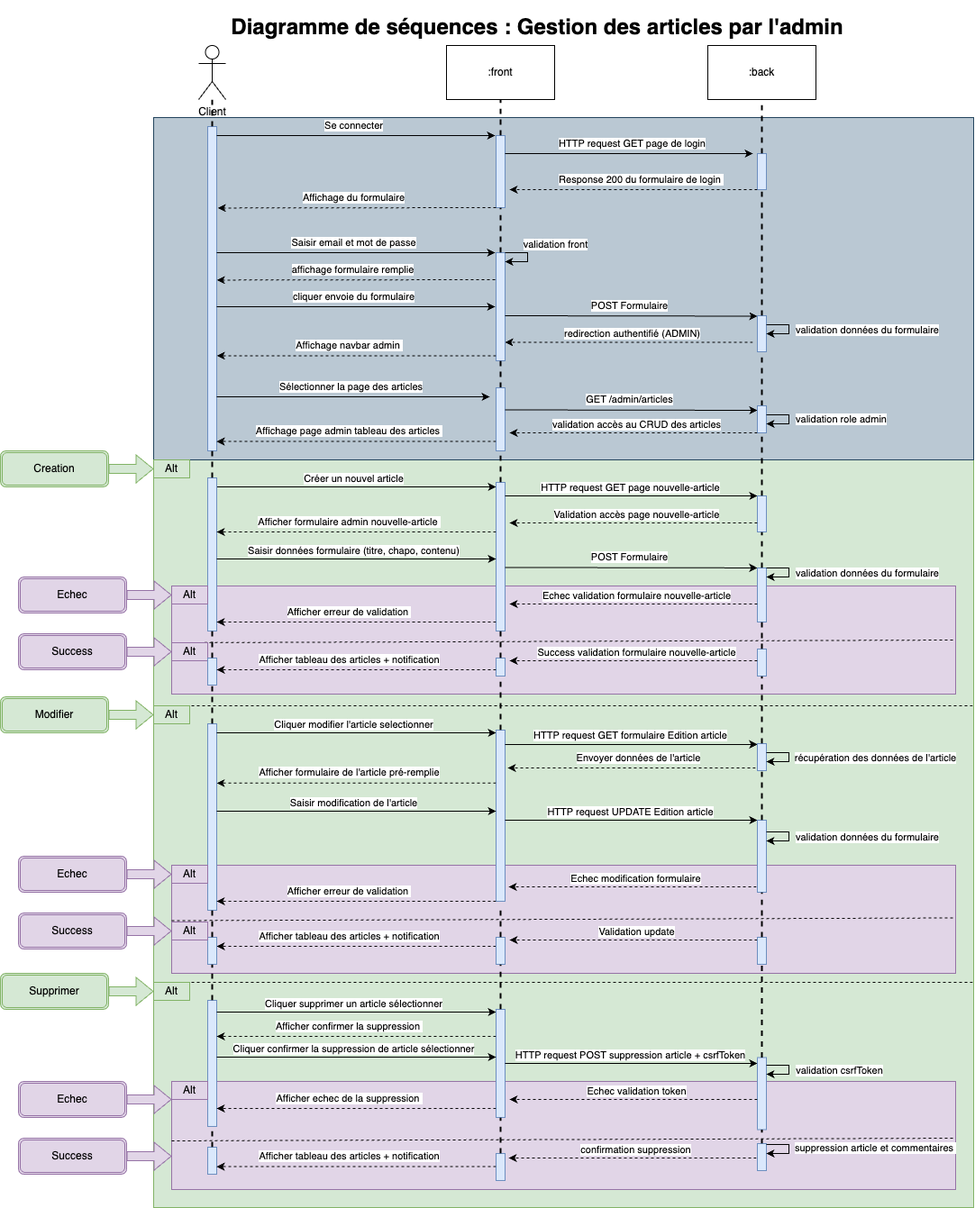
Earlier version of the draw.io export diagrammes/Diagramme de sequences Management Posts.png (KenKaneki-42/P5_BlogPHP). Source tidied: cells renumbered, new cells last; positions are measured from the earlier drawing's top-left corner, leaving out a move shared by most shapes.
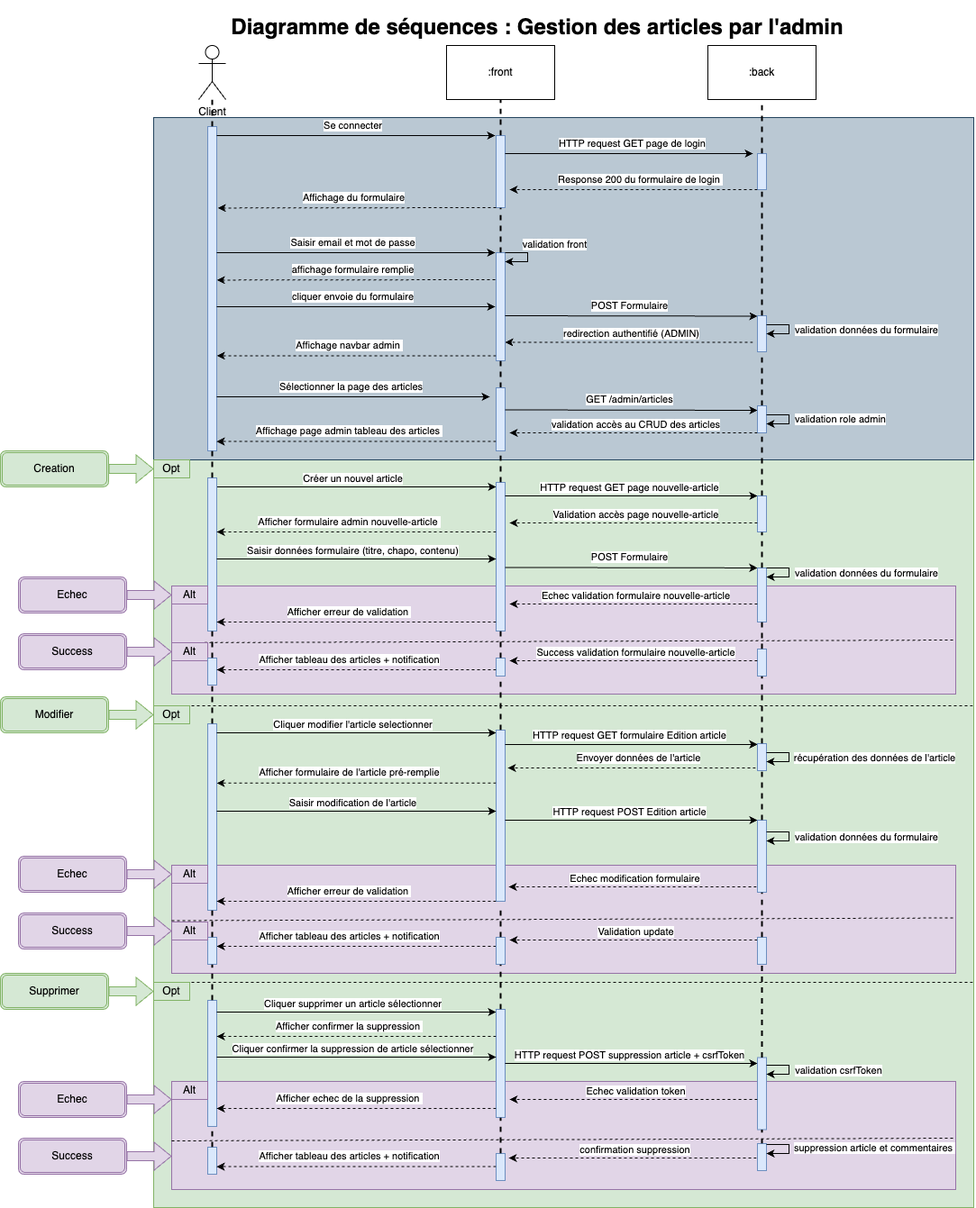
Above is the later version.

Change to the diagram source:
```diff
@@ -126,7 +126,7 @@
         <mxPoint x="-13" y="-10" as="offset" />
       </mxGeometry>
     </mxCell>
-    <mxCell id="30" value="Alt" style="rounded=0;whiteSpace=wrap;html=1;fillColor=#d5e8d4;strokeColor=#82b366;" parent="1" vertex="1">
+    <mxCell id="30" value="Opt" style="rounded=0;whiteSpace=wrap;html=1;fillColor=#d5e8d4;strokeColor=#82b366;" parent="1" vertex="1">
       <mxGeometry x="170" y="500" width="40" height="20" as="geometry" />
     </mxCell>
     <mxCell id="31" style="endArrow=classic;html=1;rounded=0;exitX=0;exitY=1;exitDx=0;exitDy=0;dashed=1;" parent="1" edge="1">
@@ -482,7 +482,7 @@
         <mxPoint x="1080" y="773" as="targetPoint" />
       </mxGeometry>
     </mxCell>
-    <mxCell id="106" value="Alt" style="rounded=0;whiteSpace=wrap;html=1;fillColor=#d5e8d4;strokeColor=#82b366;" parent="1" vertex="1">
+    <mxCell id="106" value="Opt" style="rounded=0;whiteSpace=wrap;html=1;fillColor=#d5e8d4;strokeColor=#82b366;" parent="1" vertex="1">
       <mxGeometry x="170" y="773" width="40" height="20" as="geometry" />
     </mxCell>
     <mxCell id="107" value="Modifier" style="shape=ext;double=1;rounded=1;whiteSpace=wrap;html=1;fillColor=#d5e8d4;strokeColor=#82b366;" parent="1" vertex="1">
@@ -574,7 +574,7 @@
         <mxPoint x="840" y="900" as="targetPoint" />
       </mxGeometry>
     </mxCell>
-    <mxCell id="125" value="HTTP request UPDATE Edition article" style="edgeLabel;html=1;align=center;verticalAlign=middle;" parent="124" vertex="1">
+    <mxCell id="125" value="HTTP request POST Edition article" style="edgeLabel;html=1;align=center;verticalAlign=middle;" parent="124" vertex="1">
       <mxGeometry x="-0.11" relative="1" as="geometry">
         <mxPoint x="13" y="-10" as="offset" />
       </mxGeometry>
@@ -692,7 +692,7 @@
         <mxPoint x="1080" y="1080" as="targetPoint" />
       </mxGeometry>
     </mxCell>
-    <mxCell id="151" value="Alt" style="rounded=0;whiteSpace=wrap;html=1;fillColor=#d5e8d4;strokeColor=#82b366;" parent="1" vertex="1">
+    <mxCell id="151" value="Opt" style="rounded=0;whiteSpace=wrap;html=1;fillColor=#d5e8d4;strokeColor=#82b366;" parent="1" vertex="1">
       <mxGeometry x="170" y="1080" width="40" height="20" as="geometry" />
     </mxCell>
     <mxCell id="152" value="Supprimer" style="shape=ext;double=1;rounded=1;whiteSpace=wrap;html=1;fillColor=#d5e8d4;strokeColor=#82b366;" parent="1" vertex="1">
```
